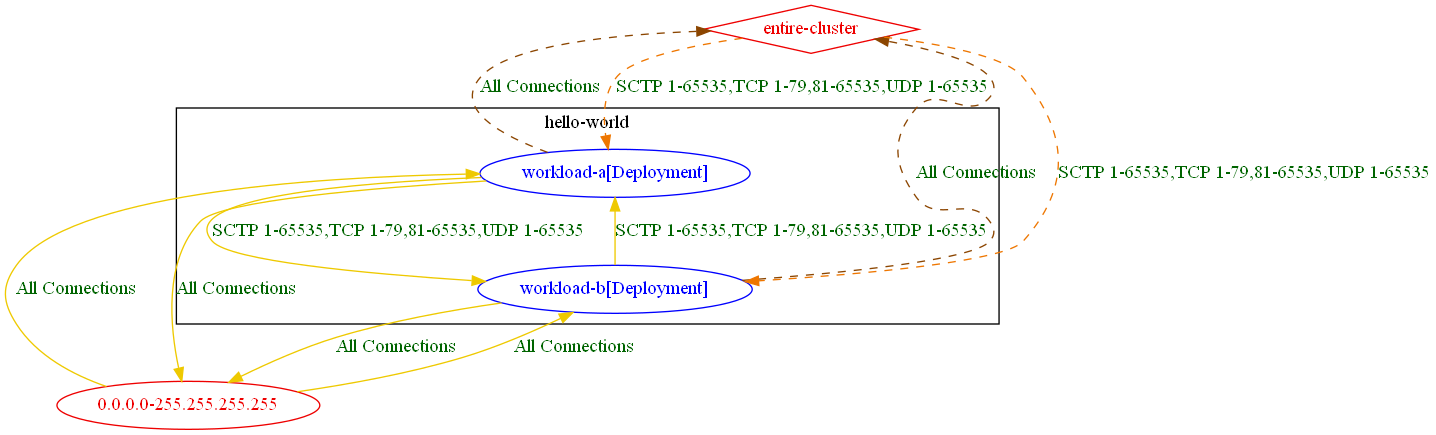
np-guard/netpol-analyzer keeps this Graphviz diagram as test_outputs/connlist/exposure_test_with_anp_3_w_banp_exposure_output.dot.png. Above is the earlier version. Its source is kept beside it as test_outputs/connlist/exposure_test_with_anp_3_w_banp_exposure_output.dot.
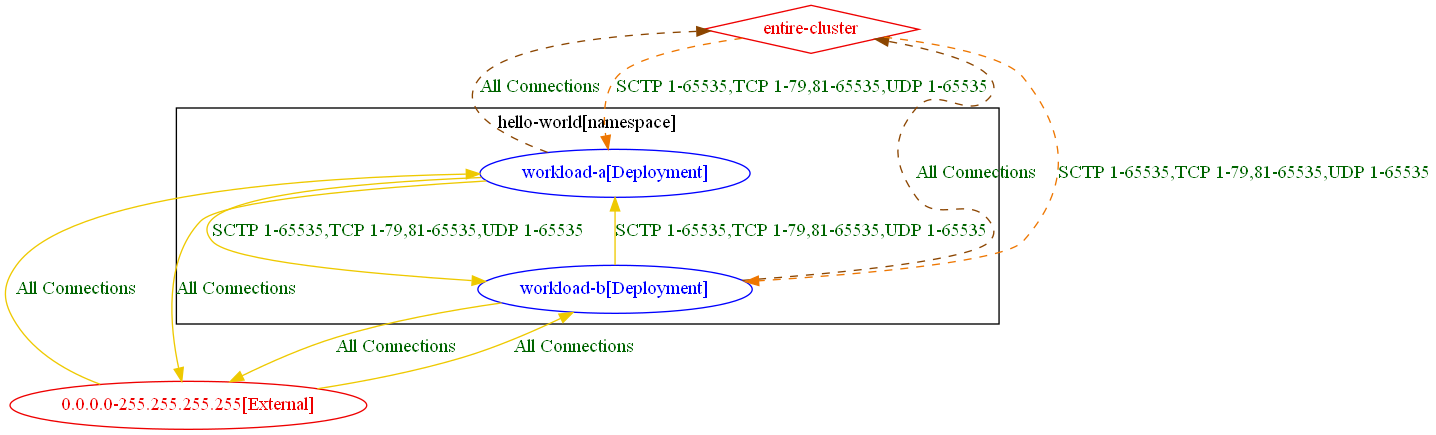
The same diagram one commit later.

What changed in the source:
```diff
@@ -1,21 +1,21 @@
 digraph {
-	subgraph "cluster_hello_world" {
+	subgraph "cluster_hello_world[namespace]" {
 		color="black"
 		fontcolor="black"
 		"hello-world/workload-a[Deployment]" [label="workload-a[Deployment]" color="blue" fontcolor="blue"]
 		"hello-world/workload-b[Deployment]" [label="workload-b[Deployment]" color="blue" fontcolor="blue"]
-		label="hello-world"
+		label="hello-world[namespace]"
 	}
-	"0.0.0.0-255.255.255.255" [label="0.0.0.0-255.255.255.255" color="red2" fontcolor="red2"]
+	"0.0.0.0-255.255.255.255[External]" [label="0.0.0.0-255.255.255.255[External]" color="red2" fontcolor="red2"]
 	"entire-cluster" [label="entire-cluster" color="red2" fontcolor="red2" shape=diamond]
-	"0.0.0.0-255.255.255.255" -> "hello-world/workload-a[Deployment]" [label="All Connections" color="gold2" fontcolor="darkgreen" weight=0.5]
-	"0.0.0.0-255.255.255.255" -> "hello-world/workload-b[Deployment]" [label="All Connections" color="gold2" fontcolor="darkgreen" weight=0.5]
+	"0.0.0.0-255.255.255.255[External]" -> "hello-world/workload-a[Deployment]" [label="All Connections" color="gold2" fontcolor="darkgreen" weight=0.5]
+	"0.0.0.0-255.255.255.255[External]" -> "hello-world/workload-b[Deployment]" [label="All Connections" color="gold2" fontcolor="darkgreen" weight=0.5]
 	"entire-cluster" -> "hello-world/workload-a[Deployment]" [label="SCTP 1-65535,TCP 1-79,81-65535,UDP 1-65535" color="darkorange2" fontcolor="darkgreen" weight=1 style=dashed]
 	"entire-cluster" -> "hello-world/workload-b[Deployment]" [label="SCTP 1-65535,TCP 1-79,81-65535,UDP 1-65535" color="darkorange2" fontcolor="darkgreen" weight=1 style=dashed]
-	"hello-world/workload-a[Deployment]" -> "0.0.0.0-255.255.255.255" [label="All Connections" color="gold2" fontcolor="darkgreen" weight=1]
+	"hello-world/workload-a[Deployment]" -> "0.0.0.0-255.255.255.255[External]" [label="All Connections" color="gold2" fontcolor="darkgreen" weight=1]
 	"hello-world/workload-a[Deployment]" -> "entire-cluster" [label="All Connections" color="darkorange4" fontcolor="darkgreen" weight=0.5 style=dashed]
 	"hello-world/workload-a[Deployment]" -> "hello-world/workload-b[Deployment]" [label="SCTP 1-65535,TCP 1-79,81-65535,UDP 1-65535" color="gold2" fontcolor="darkgreen" weight=0.5]
-	"hello-world/workload-b[Deployment]" -> "0.0.0.0-255.255.255.255" [label="All Connections" color="gold2" fontcolor="darkgreen" weight=1]
+	"hello-world/workload-b[Deployment]" -> "0.0.0.0-255.255.255.255[External]" [label="All Connections" color="gold2" fontcolor="darkgreen" weight=1]
 	"hello-world/workload-b[Deployment]" -> "entire-cluster" [label="All Connections" color="darkorange4" fontcolor="darkgreen" weight=0.5 style=dashed]
 	"hello-world/workload-b[Deployment]" -> "hello-world/workload-a[Deployment]" [label="SCTP 1-65535,TCP 1-79,81-65535,UDP 1-65535" color="gold2" fontcolor="darkgreen" weight=1]
 }
```
